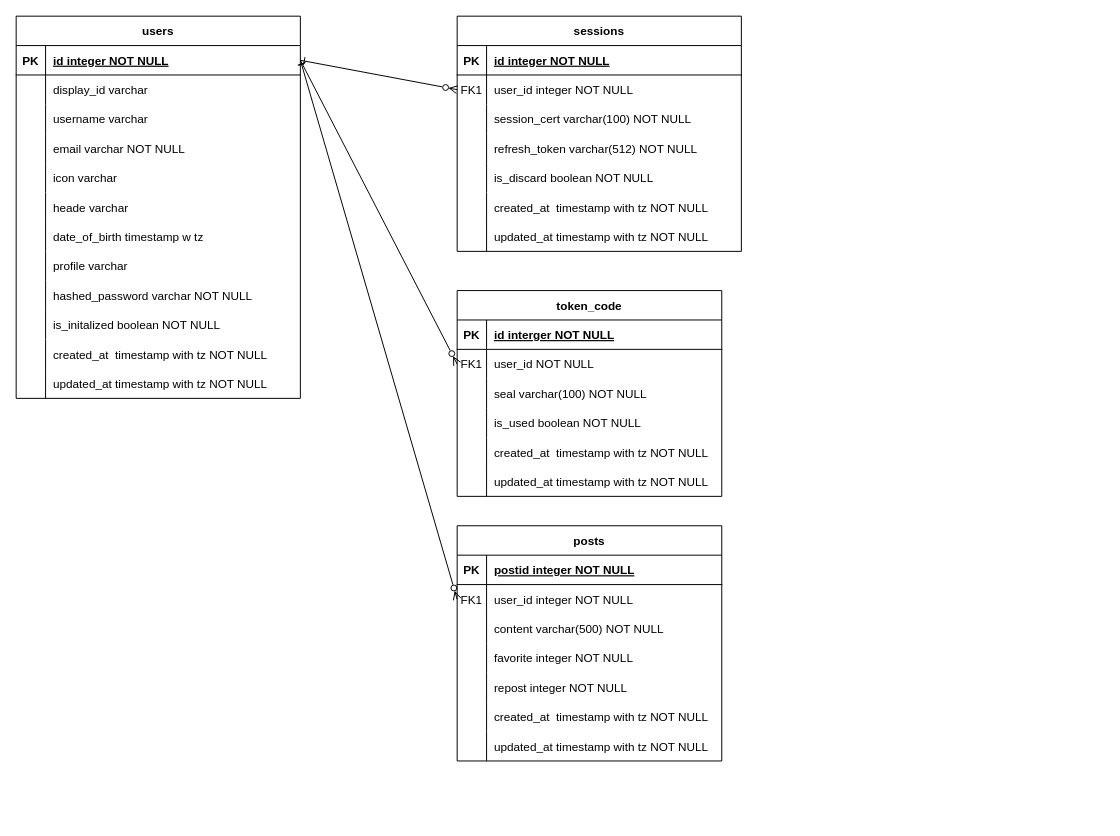
The draw.io diagram vrc_sns.drawio in Milix-M/vrc_sns_backend, before the edit. Source tidied: cells renumbered, new cells numbered last; positions are measured from the earlier drawing's top-left corner, leaving out a move shared by most shapes. Both pictures are drawn from the tidied source at 98%, with x=0, y=0 at pixel (16, 16).
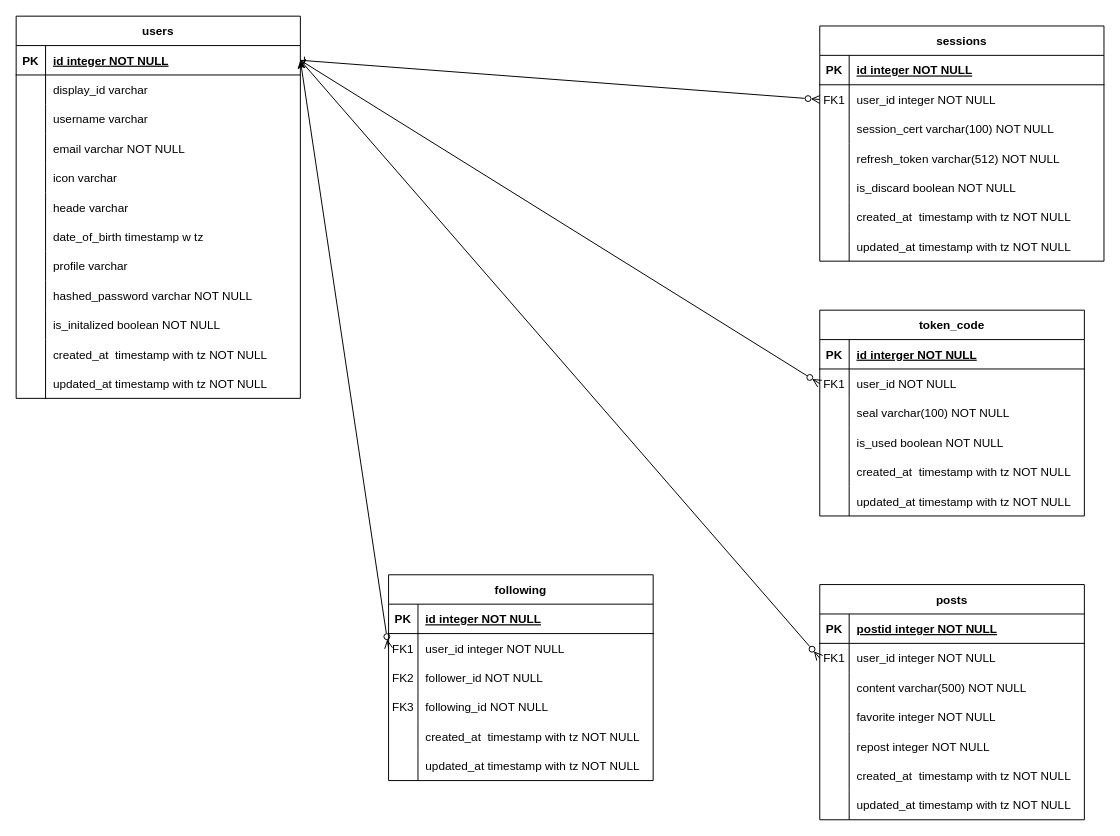
After the change.

Unchanged cells that the change refers to:
```xml
<mxCell id="3" style="shape=tableRow;horizontal=0;startSize=0;swimlaneHead=0;swimlaneBody=0;fillColor=none;points=[[0,0.5],[1,0.5]];portConstraint=eastwest;top=0;left=0;right=0;bottom=1;" parent="2" vertex="1">
  <mxGeometry y="30" width="290" height="30" as="geometry" />
</mxCell>
```

The edit, as a diff of the source:
```diff
@@
     <mxCell id="39" value="token_code" style="shape=table;startSize=30;childLayout=tableLayout;rowLines=0;fontStyle=1;align=center;" parent="1" vertex="1">
-      <mxGeometry x="450" y="280" width="270" height="210" as="geometry" />
+      <mxGeometry x="820" y="300" width="270" height="210" as="geometry" />
     </mxCell>
@@
     <mxCell id="58" value="sessions" style="shape=table;startSize=30;childLayout=tableLayout;rowLines=0;fontStyle=1;align=center;" parent="1" vertex="1">
-      <mxGeometry x="450" width="290" height="240" as="geometry" />
+      <mxGeometry x="820" y="10" width="290" height="240" as="geometry" />
     </mxCell>
@@
     <mxCell id="80" value="posts" style="shape=table;startSize=30;childLayout=tableLayout;rowLines=0;fontStyle=1;align=center;" parent="1" vertex="1">
-      <mxGeometry x="450" y="520" width="270" height="240" as="geometry" />
+      <mxGeometry x="820" y="580" width="270" height="240" as="geometry" />
     </mxCell>
@@
+    <mxCell id="105" value="following" style="shape=table;startSize=30;childLayout=tableLayout;rowLines=0;fontStyle=1;align=center;" parent="1" vertex="1">
+      <mxGeometry x="380" y="570" width="270" height="210" as="geometry" />
+    </mxCell>
+    <mxCell id="106" style="shape=tableRow;horizontal=0;startSize=0;swimlaneHead=0;swimlaneBody=0;fillColor=none;top=0;left=0;right=0;bottom=1;" parent="105" vertex="1">
+      <mxGeometry y="30" width="270" height="30" as="geometry" />
+    </mxCell>
+    <mxCell id="107" value="PK" style="shape=partialRectangle;fillColor=none;top=0;left=0;bottom=0;right=0;fontStyle=1;overflow=hidden;" parent="106" vertex="1">
+      <mxGeometry width="30" height="30" as="geometry" />
+    </mxCell>
+    <mxCell id="108" value="id integer NOT NULL" style="shape=partialRectangle;fillColor=none;top=0;left=0;bottom=0;right=0;align=left;spacingLeft=6;fontStyle=5;overflow=hidden;" parent="106" vertex="1">
+      <mxGeometry x="30" width="240" height="30" as="geometry" />
+    </mxCell>
+    <mxCell id="109" style="shape=tableRow;horizontal=0;startSize=0;swimlaneHead=0;swimlaneBody=0;fillColor=none;points=[[0,0.5],[1,0.5]];portConstraint=eastwest;top=0;left=0;right=0;bottom=0;" parent="105" vertex="1">
+      <mxGeometry y="60" width="270" height="30" as="geometry" />
+    </mxCell>
+    <mxCell id="110" value="FK1" style="shape=partialRectangle;fillColor=none;top=0;left=0;bottom=0;right=0;overflow=hidden;" parent="109" vertex="1">
+      <mxGeometry width="30" height="30" as="geometry" />
+    </mxCell>
+    <mxCell id="111" value="user_id integer NOT NULL" style="shape=partialRectangle;fillColor=none;top=0;left=0;bottom=0;right=0;align=left;spacingLeft=6;overflow=hidden;" parent="109" vertex="1">
+      <mxGeometry x="30" width="240" height="30" as="geometry" />
+    </mxCell>
+    <mxCell id="112" style="shape=tableRow;horizontal=0;startSize=0;swimlaneHead=0;swimlaneBody=0;fillColor=none;top=0;left=0;right=0;bottom=0;" parent="105" vertex="1">
+      <mxGeometry y="90" width="270" height="30" as="geometry" />
+    </mxCell>
+    <mxCell id="113" value="FK2" style="shape=partialRectangle;fillColor=none;top=0;left=0;bottom=0;right=0;overflow=hidden;" parent="112" vertex="1">
+      <mxGeometry width="30" height="30" as="geometry" />
+    </mxCell>
+    <mxCell id="114" value="follower_id NOT NULL" style="shape=partialRectangle;fillColor=none;top=0;left=0;bottom=0;right=0;align=left;spacingLeft=6;overflow=hidden;" parent="112" vertex="1">
+      <mxGeometry x="30" width="240" height="30" as="geometry" />
+    </mxCell>
+    <mxCell id="115" style="shape=tableRow;horizontal=0;startSize=0;swimlaneHead=0;swimlaneBody=0;fillColor=none;top=0;left=0;right=0;bottom=0;" parent="105" vertex="1">
+      <mxGeometry y="120" width="270" height="30" as="geometry" />
+    </mxCell>
+    <mxCell id="116" value="FK3" style="shape=partialRectangle;fillColor=none;top=0;left=0;bottom=0;right=0;overflow=hidden;" parent="115" vertex="1">
+      <mxGeometry width="30" height="30" as="geometry" />
+    </mxCell>
+    <mxCell id="117" value="following_id NOT NULL" style="shape=partialRectangle;fillColor=none;top=0;left=0;bottom=0;right=0;align=left;spacingLeft=6;overflow=hidden;" parent="115" vertex="1">
+      <mxGeometry x="30" width="240" height="30" as="geometry" />
+    </mxCell>
+    <mxCell id="118" style="shape=tableRow;horizontal=0;startSize=0;swimlaneHead=0;swimlaneBody=0;fillColor=none;top=0;left=0;right=0;bottom=0;" parent="105" vertex="1">
+      <mxGeometry y="150" width="270" height="30" as="geometry" />
+    </mxCell>
+    <mxCell id="119" style="shape=partialRectangle;fillColor=none;top=0;left=0;bottom=0;right=0;overflow=hidden;" parent="118" vertex="1">
+      <mxGeometry width="30" height="30" as="geometry" />
+    </mxCell>
+    <mxCell id="120" value="created_at  timestamp with tz NOT NULL" style="shape=partialRectangle;fillColor=none;top=0;left=0;bottom=0;right=0;align=left;spacingLeft=6;overflow=hidden;" parent="118" vertex="1">
+      <mxGeometry x="30" width="240" height="30" as="geometry" />
+    </mxCell>
+    <mxCell id="121" style="shape=tableRow;horizontal=0;startSize=0;swimlaneHead=0;swimlaneBody=0;fillColor=none;top=0;left=0;right=0;bottom=0;" parent="105" vertex="1">
+      <mxGeometry y="180" width="270" height="30" as="geometry" />
+    </mxCell>
+    <mxCell id="122" style="shape=partialRectangle;fillColor=none;top=0;left=0;bottom=0;right=0;overflow=hidden;" parent="121" vertex="1">
+      <mxGeometry width="30" height="30" as="geometry" />
+    </mxCell>
+    <mxCell id="123" value="updated_at timestamp with tz NOT NULL" style="shape=partialRectangle;fillColor=none;top=0;left=0;bottom=0;right=0;align=left;spacingLeft=6;overflow=hidden;" parent="121" vertex="1">
+      <mxGeometry x="30" width="240" height="30" as="geometry" />
+    </mxCell>
+    <mxCell id="124" style="edgeStyle=none;html=1;exitX=0;exitY=0.5;exitDx=0;exitDy=0;entryX=1;entryY=0.5;entryDx=0;entryDy=0;startArrow=ERzeroToMany;startFill=0;" parent="1" edge="1" source="109" target="3">
+      <mxGeometry relative="1" as="geometry" />
+    </mxCell>
```
